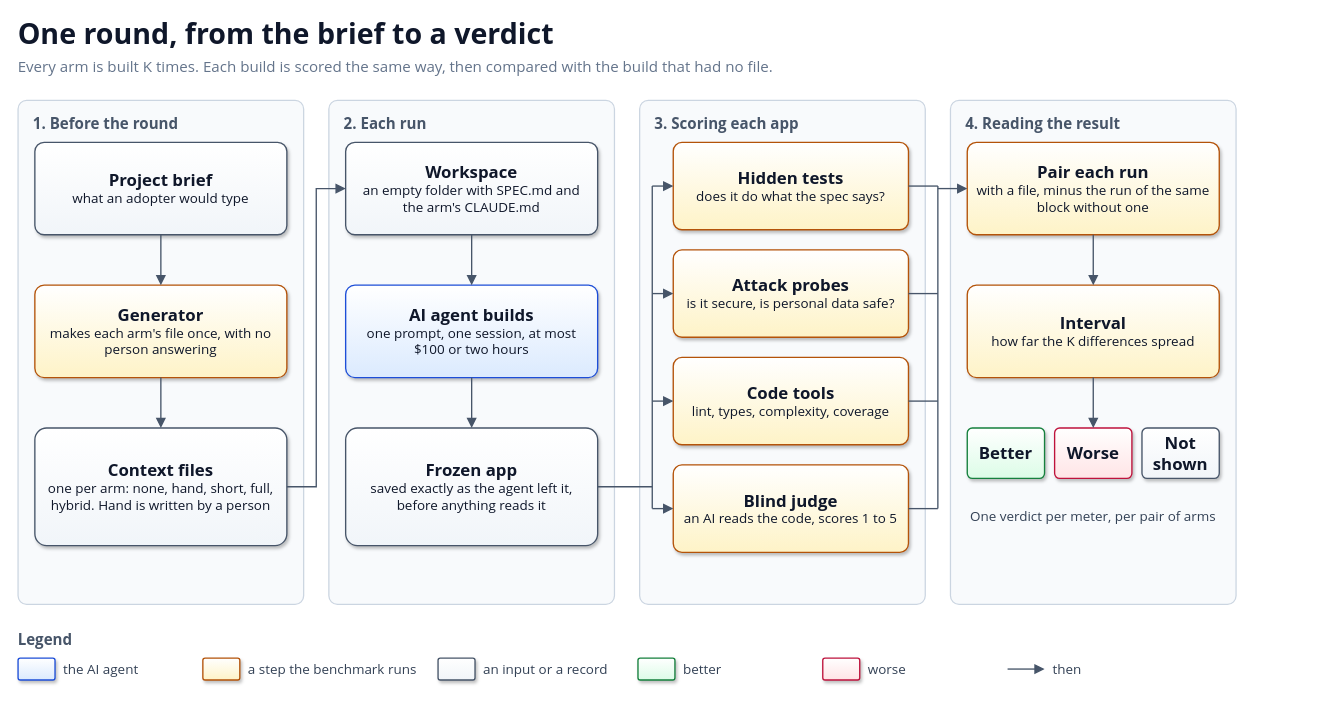
solid-ai-dev/solid-ai-benchmark keeps this draw.io diagram as docs/diagrams/round-flow.drawio. Above is the earlier version. Source tidied: cells renumbered, new cells numbered last; positions are measured from the earlier drawing's top-left corner, leaving out a move shared by most shapes. Both pictures are drawn from the tidied source at 84%, with x=0, y=0 at pixel (18, 14).
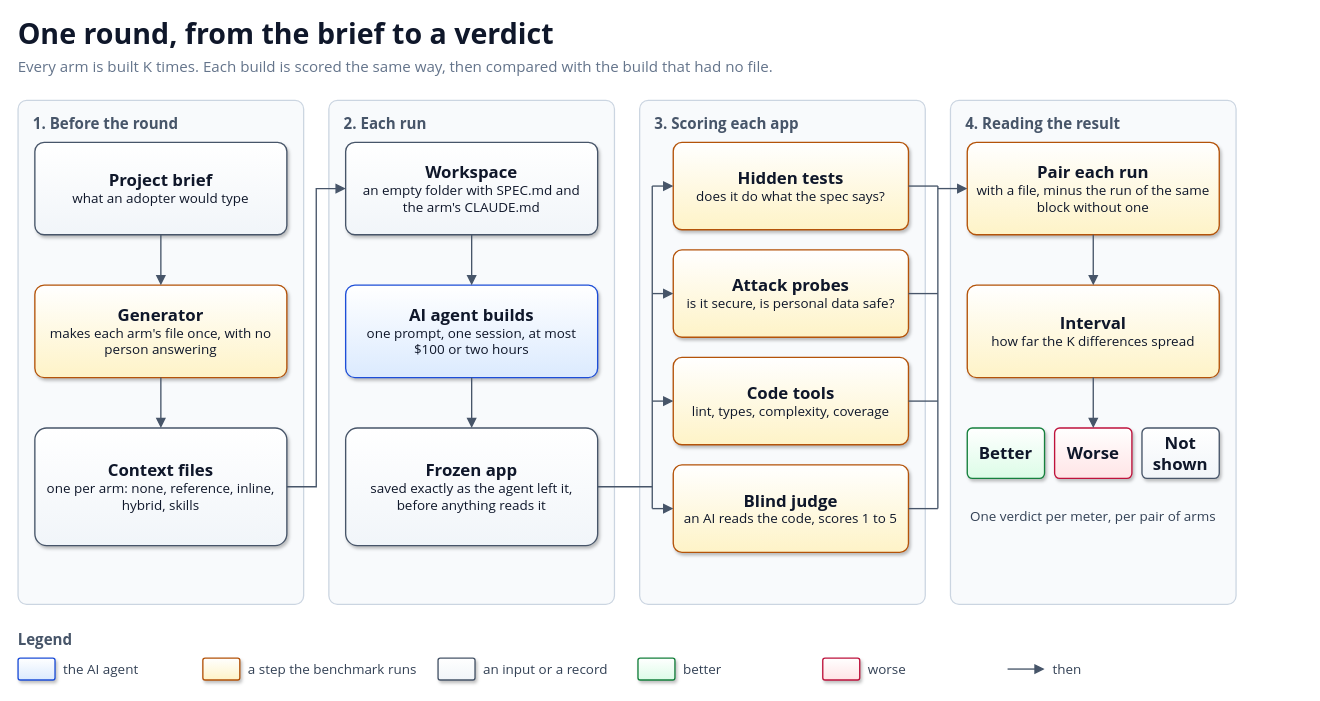
Above is the later version.

Commit message (it also covers changes not shown here):
docs(primer): show round 5's arms on the context-file knob (#21)

Diff of the diagram source:
```diff
@@
-    <mxCell id="10" value="&lt;b style='font-size:20px'&gt;Context files&lt;/b&gt;&lt;br&gt;&lt;span style='font-size:16px'&gt;one per arm: none, hand, short, full, hybrid. Hand is written by a person&lt;/span&gt;" style="rounded=1;arcSize=10;whiteSpace=wrap;html=1;fillColor=#F1F5F9;gradientColor=#FFFFFF;gradientDirection=north;strokeColor=#475569;strokeWidth=1.6;shadow=1;align=center;verticalAlign=middle;fontFamily=Segoe UI;fontColor=#0F172A;spacing=8;" parent="1" vertex="1">
+    <mxCell id="10" value="&lt;b style='font-size:20px'&gt;Context files&lt;/b&gt;&lt;br&gt;&lt;span style='font-size:16px'&gt;one per arm: none, reference, inline, hybrid, skills&lt;/span&gt;" style="rounded=1;arcSize=10;whiteSpace=wrap;html=1;fillColor=#F1F5F9;gradientColor=#FFFFFF;gradientDirection=north;strokeColor=#475569;strokeWidth=1.6;shadow=1;align=center;verticalAlign=middle;fontFamily=Segoe UI;fontColor=#0F172A;spacing=8;" parent="1" vertex="1">
       <mxGeometry x="20" y="492" width="300" height="140" as="geometry" />
     </mxCell>
```
